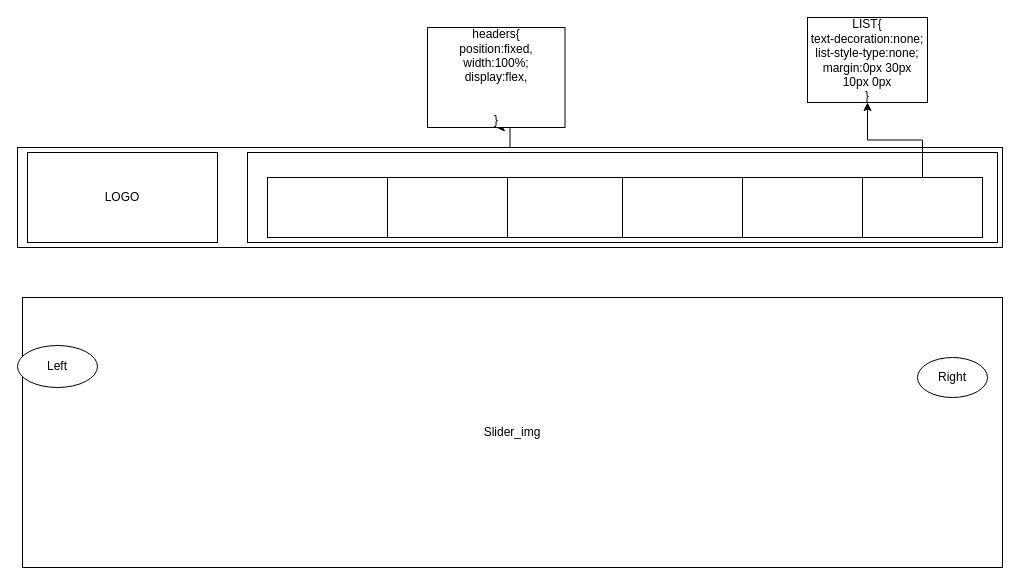
The draw.io diagram treking_new.drawio in sauravsharma2025/treking_website, before the edit. Source tidied: cells renumbered, new cells numbered last; positions are measured from the earlier drawing's top-left corner, leaving out a move shared by most shapes. Both pictures are drawn from the tidied source at 100%, with x=0, y=0 at pixel (17, 17).
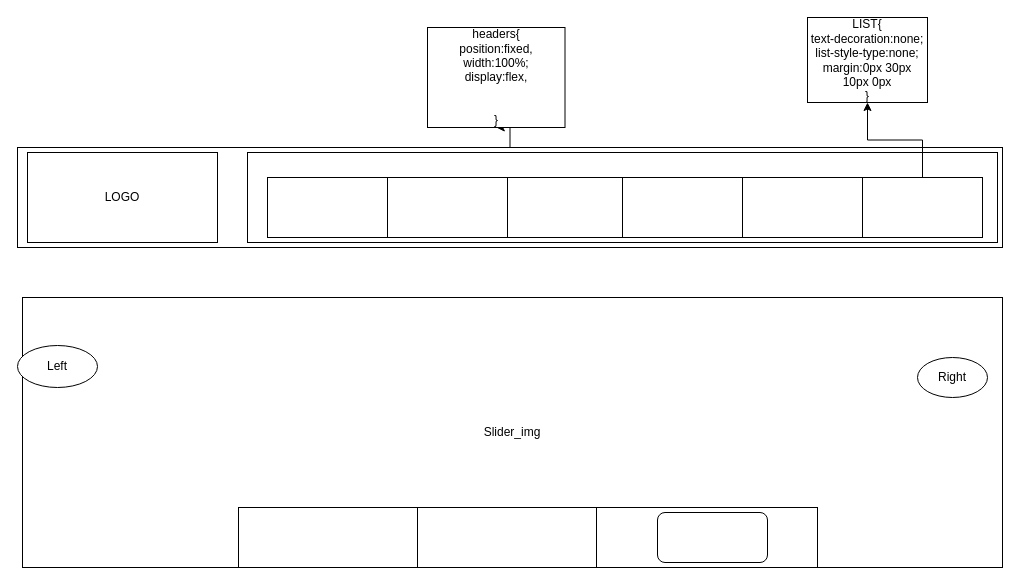
The same page after the edit.

The edit, as a diff of the source:
```diff
@@
+    <mxCell id="18" style="rounded=0;whiteSpace=wrap;html=1;" parent="1" vertex="1">
+      <mxGeometry x="221.2" y="490" width="578.8" height="60" as="geometry" />
+    </mxCell>
+    <mxCell id="19" style="rounded=0;whiteSpace=wrap;html=1;" parent="1" vertex="1">
+      <mxGeometry x="221" y="490" width="179" height="60" as="geometry" />
+    </mxCell>
+    <mxCell id="20" style="rounded=0;whiteSpace=wrap;html=1;" parent="1" vertex="1">
+      <mxGeometry x="400" y="490" width="179" height="60" as="geometry" />
+    </mxCell>
+    <mxCell id="21" style="rounded=1;whiteSpace=wrap;html=1;" parent="1" vertex="1">
+      <mxGeometry x="640" y="495" width="110" height="50" as="geometry" />
+    </mxCell>
```
